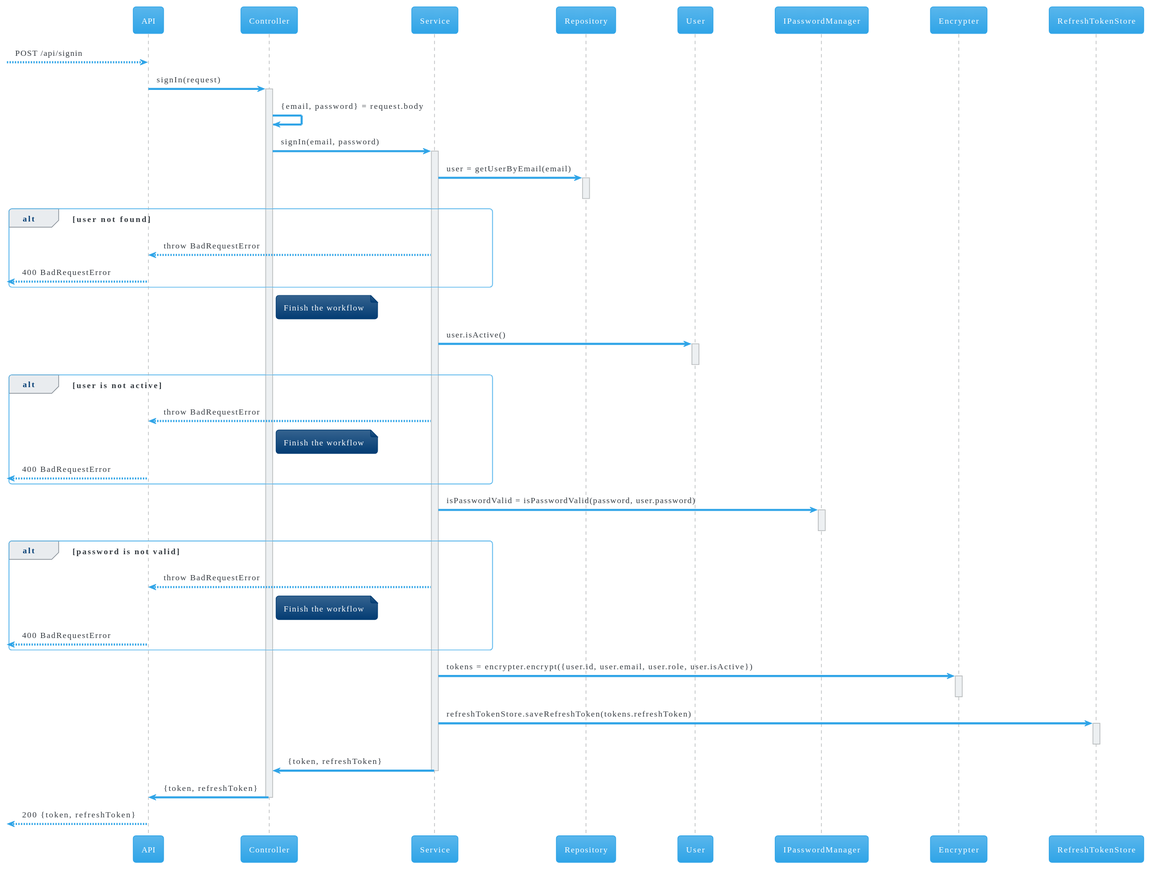
This is docs/authentication/signin/signin.sd.svg from ArturBrito/auth, a PlantUML export, as it was before one commit.
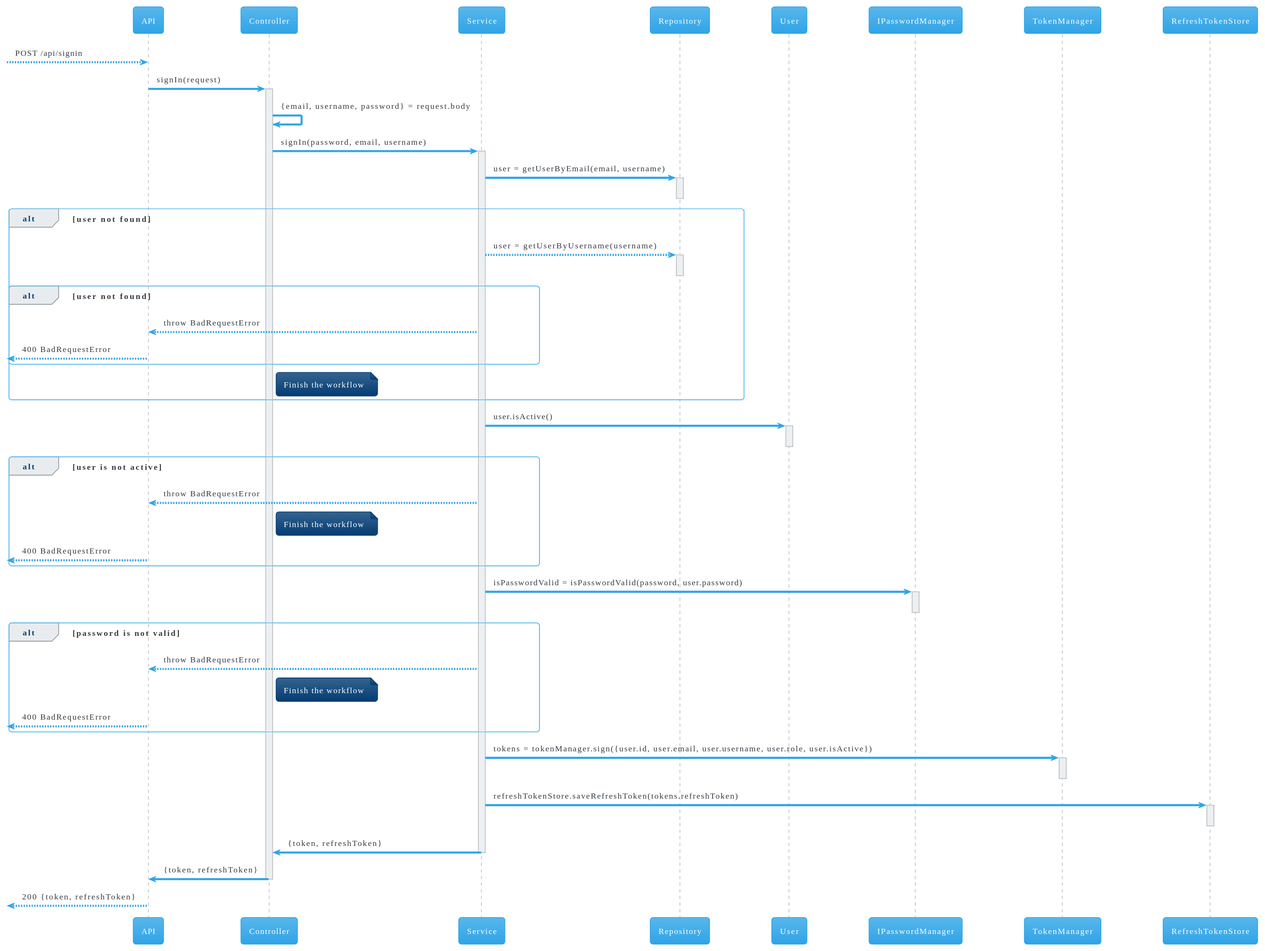
The same file after the commit.

What changed in the source:
```diff
@@ -6,27 +6,32 @@
 participant "Repository" as Repo
 participant "User" as User
 participant "IPasswordManager" as PassManager
-participant "Encrypter" as Encrypter
+participant "TokenManager" as TokenManager
 participant "RefreshTokenStore" as RefreshTokenStore
 
 
 --> API: POST /api/signin
 API -> Ctrl: signIn(request)
 activate Ctrl
-Ctrl -> Ctrl: {email, password} = request.body
-Ctrl -> Service: signIn(email, password)
+Ctrl -> Ctrl: {email, username, password} = request.body
+Ctrl -> Service: signIn(password, email, username)
 activate Service
-Service -> Repo: user = getUserByEmail(email)
+Service -> Repo: user = getUserByEmail(email, username)
 activate Repo
 deactivate Repo
 alt user not found
+    Service --> Repo: user = getUserByUsername(username)
+    activate Repo
+    deactivate Repo
+    alt user not found
         Service --> API: throw BadRequestError
 
         <-- API: 400 BadRequestError
     end
     note right of Ctrl
         Finish the workflow
-end note
+    end note
+end
 
 Service -> User: user.isActive()
 activate User
@@ -50,9 +55,9 @@
     <-- API: 400 BadRequestError
 end
 
-Service -> Encrypter: tokens = encrypter.encrypt({user.id, user.email, user.role, user.isActive})
-activate Encrypter
-deactivate Encrypter
+Service -> TokenManager: tokens = tokenManager.sign({user.id, user.email, user.username, user.role, user.isActive})
+activate TokenManager
+deactivate TokenManager
 
 Service -> RefreshTokenStore: refreshTokenStore.saveRefreshToken(tokens.refreshToken)
 activate RefreshTokenStore
```
